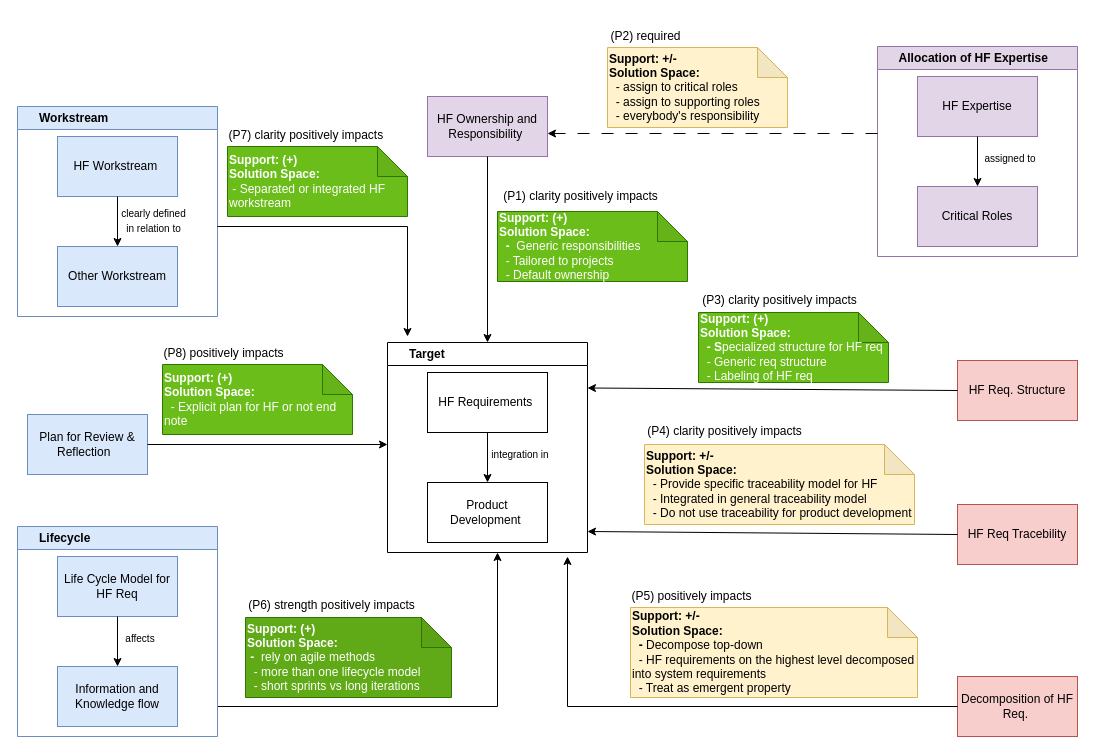
This is page "Page-1" (2 of 5) of HF Strategy.drawio from amnapir/Figures, a draw.io file, before an edit. Source tidied: cells renumbered, new cells numbered last; positions are measured from the earlier drawing's top-left corner, leaving out a move shared by most shapes. Both pictures are drawn from the tidied source at 100%, with x=0, y=0 at pixel (17, 17).
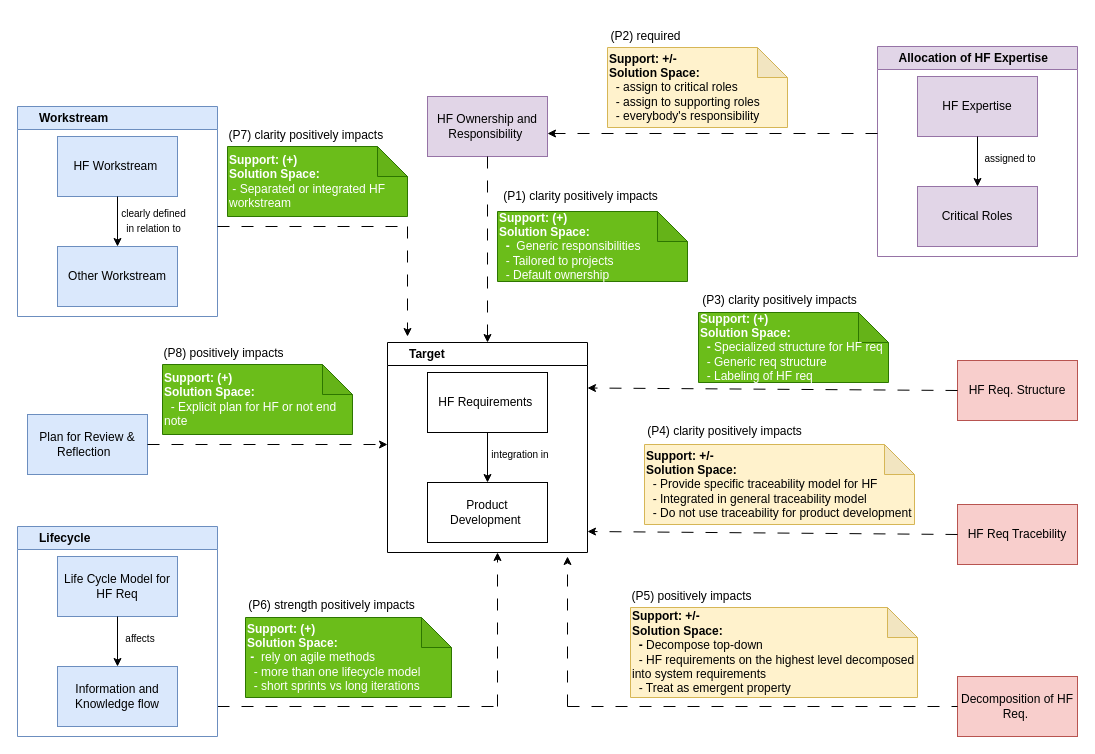
After the change.

The change refers to these unchanged cells:
```xml
<mxCell id="4" value="Plan for Review &amp;amp; Reflection &amp;nbsp;" style="rounded=0;whiteSpace=wrap;html=1;fillColor=#dae8fc;strokeColor=#6c8ebf;" parent="1" vertex="1">
  <mxGeometry x="10" y="397" width="120" height="60" as="geometry" />
</mxCell>
<mxCell id="12" value="Decomposition of HF Req.&amp;nbsp;" style="rounded=0;whiteSpace=wrap;html=1;fillColor=#f8cecc;strokeColor=#b85450;" parent="1" vertex="1">
  <mxGeometry x="940" y="659" width="120" height="60" as="geometry" />
</mxCell>
<mxCell id="13" value="&amp;nbsp; &amp;nbsp; &amp;nbsp; Target&amp;nbsp;" style="swimlane;whiteSpace=wrap;html=1;align=left;" parent="1" vertex="1">
  <mxGeometry x="370" y="325" width="200" height="210" as="geometry" />
</mxCell>
<mxCell id="18" value="HF Req. Structure" style="rounded=0;whiteSpace=wrap;html=1;fillColor=#f8cecc;strokeColor=#b85450;" parent="1" vertex="1">
  <mxGeometry x="940" y="343" width="120" height="60" as="geometry" />
</mxCell>
<mxCell id="20" value="HF Req Tracebility" style="rounded=0;whiteSpace=wrap;html=1;fillColor=#f8cecc;strokeColor=#b85450;" parent="1" vertex="1">
  <mxGeometry x="940" y="487" width="120" height="60" as="geometry" />
</mxCell>
<mxCell id="38" style="group;" parent="1" vertex="1">
  <mxGeometry x="228" y="570" width="206" height="110" as="geometry" />
</mxCell>
<mxCell id="47" style="group;" parent="1" vertex="1">
  <mxGeometry x="680" y="264" width="191" height="101" as="geometry" />
</mxCell>
```

The edit, as a diff of the source:
```diff
@@
-    <mxCell id="3" style="endArrow=classic;html=1;rounded=0;" parent="1" edge="1">
+    <mxCell id="3" style="endArrow=classic;html=1;rounded=0;dashed=1;dashPattern=12 12;" parent="1" edge="1">
       <mxGeometry relative="1" as="geometry">
         <mxPoint x="480" y="689" as="sourcePoint" />
         <mxPoint x="480" y="535" as="targetPoint" />
       </mxGeometry>
     </mxCell>
@@
-    <mxCell id="5" style="endArrow=classic;html=1;rounded=0;exitX=1;exitY=0.5;exitDx=0;exitDy=0;" parent="1" edge="1" source="4">
+    <mxCell id="5" style="endArrow=classic;html=1;rounded=0;exitX=1;exitY=0.5;exitDx=0;exitDy=0;dashed=1;dashPattern=12 12;" parent="1" edge="1" source="4">
       <mxGeometry relative="1" as="geometry">
         <mxPoint x="370" y="427" as="targetPoint" />
       </mxGeometry>
     </mxCell>
-    <mxCell id="6" style="endArrow=classic;html=1;rounded=0;" parent="1" edge="1">
+    <mxCell id="6" style="endArrow=classic;html=1;rounded=0;dashed=1;dashPattern=12 12;" parent="1" edge="1">
       <mxGeometry relative="1" as="geometry">
         <mxPoint x="390" y="209" as="sourcePoint" />
         <mxPoint x="390" y="319" as="targetPoint" />
       </mxGeometry>
     </mxCell>
@@
-    <mxCell id="19" style="endArrow=classic;html=1;rounded=0;exitX=0;exitY=0.5;exitDx=0;exitDy=0;entryX=1;entryY=0.25;entryDx=0;entryDy=0;" parent="1" edge="1" source="18">
+    <mxCell id="19" style="endArrow=classic;html=1;rounded=0;exitX=0;exitY=0.5;exitDx=0;exitDy=0;entryX=1;entryY=0.25;entryDx=0;entryDy=0;dashed=1;dashPattern=12 12;" parent="1" edge="1" source="18">
       <mxGeometry relative="1" as="geometry">
         <mxPoint x="570" y="370.5" as="targetPoint" />
       </mxGeometry>
     </mxCell>
@@
-    <mxCell id="21" style="endArrow=classic;html=1;rounded=0;exitX=0;exitY=0.5;exitDx=0;exitDy=0;entryX=1;entryY=0.25;entryDx=0;entryDy=0;" parent="1" edge="1" source="20">
+    <mxCell id="21" style="endArrow=classic;html=1;rounded=0;exitX=0;exitY=0.5;exitDx=0;exitDy=0;entryX=1;entryY=0.25;entryDx=0;entryDy=0;dashed=1;dashPattern=12 12;" parent="1" edge="1" source="20">
       <mxGeometry relative="1" as="geometry">
         <mxPoint x="570" y="514" as="targetPoint" />
       </mxGeometry>
     </mxCell>
-    <mxCell id="22" style="endArrow=classic;html=1;rounded=0;" parent="1" edge="1">
+    <mxCell id="22" style="endArrow=classic;html=1;rounded=0;dashed=1;dashPattern=12 12;" parent="1" edge="1">
       <mxGeometry relative="1" as="geometry">
         <mxPoint x="550" y="689" as="sourcePoint" />
         <mxPoint x="550" y="539" as="targetPoint" />
       </mxGeometry>
     </mxCell>
@@
-    <mxCell id="29" style="endArrow=classic;html=1;rounded=0;entryX=0.5;entryY=0;entryDx=0;entryDy=0;" parent="1" edge="1" target="13">
+    <mxCell id="29" style="endArrow=classic;html=1;rounded=0;entryX=0.5;entryY=0;entryDx=0;entryDy=0;dashed=1;dashPattern=12 12;" parent="1" edge="1" target="13">
       <mxGeometry relative="1" as="geometry">
         <mxPoint x="470" y="139" as="sourcePoint" />
       </mxGeometry>
     </mxCell>
-    <mxCell id="30" style="endArrow=none;html=1;rounded=0;" parent="1" edge="1">
+    <mxCell id="30" style="endArrow=none;html=1;rounded=0;dashed=1;dashPattern=12 12;" parent="1" edge="1">
       <mxGeometry relative="1" as="geometry">
         <mxPoint x="200" y="209" as="sourcePoint" />
         <mxPoint x="390" y="209" as="targetPoint" />
       </mxGeometry>
     </mxCell>
-    <mxCell id="31" style="endArrow=none;html=1;rounded=0;entryX=0;entryY=0.5;entryDx=0;entryDy=0;" parent="1" edge="1" target="12">
+    <mxCell id="31" style="endArrow=none;html=1;rounded=0;entryX=0;entryY=0.5;entryDx=0;entryDy=0;dashed=1;dashPattern=12 12;" parent="1" edge="1" target="12">
       <mxGeometry relative="1" as="geometry">
         <mxPoint x="550" y="689" as="sourcePoint" />
       </mxGeometry>
     </mxCell>
@@
-    <mxCell id="39" value="&lt;b style=&quot;border-color: var(--border-color); caret-color: rgb(255, 255, 255);&quot;&gt;Support: (+)&lt;br style=&quot;border-color: var(--border-color);&quot;&gt;Solution Space:&lt;br style=&quot;border-color: var(--border-color);&quot;&gt;&amp;nbsp;-&amp;nbsp;&lt;/b&gt;&amp;nbsp;rely on agile methods&lt;div style=&quot;border-color: var(--border-color); caret-color: rgb(255, 255, 255);&quot;&gt;&amp;nbsp; - more than one lifecycle model&lt;/div&gt;&lt;div style=&quot;border-color: var(--border-color); caret-color: rgb(255, 255, 255);&quot;&gt;&amp;nbsp; - short sprints vs long iterations&lt;/div&gt;" style="shape=note;whiteSpace=wrap;html=1;backgroundOutline=1;darkOpacity=0.05;size=30;align=left;fillColor=#60a917;strokeColor=#2D7600;fontColor=#ffffff;" parent="38" vertex="1">
+    <mxCell id="39" value="&lt;b style=&quot;border-color: var(--border-color); caret-color: rgb(255, 255, 255);&quot;&gt;Support: (+)&lt;br style=&quot;border-color: var(--border-color);&quot;&gt;Solution Space:&lt;br style=&quot;border-color: var(--border-color);&quot;&gt;&amp;nbsp;-&amp;nbsp;&lt;/b&gt;&amp;nbsp;rely on agile methods&lt;div style=&quot;border-color: var(--border-color); caret-color: rgb(255, 255, 255);&quot;&gt;&amp;nbsp; - more than one lifecycle model&lt;/div&gt;&lt;div style=&quot;border-color: var(--border-color); caret-color: rgb(255, 255, 255);&quot;&gt;&amp;nbsp; - short sprints vs long iterations&lt;/div&gt;" style="shape=note;whiteSpace=wrap;html=1;backgroundOutline=1;darkOpacity=0.05;size=30;align=left;fillColor=#6BBD1A;strokeColor=#2D7600;fontColor=#ffffff;" parent="38" vertex="1">
       <mxGeometry y="30" width="206" height="80" as="geometry" />
     </mxCell>
@@
-    <mxCell id="48" value="&lt;b&gt;Support: (+)&lt;br&gt;Solution Space:&lt;br&gt;&amp;nbsp; - S&lt;/b&gt;pecialized structure for HF req&lt;div&gt;&amp;nbsp; - Generic req structure&lt;/div&gt;&lt;div&gt;&amp;nbsp; - Labeling of HF req&lt;/div&gt;" style="shape=note;whiteSpace=wrap;html=1;backgroundOutline=1;darkOpacity=0.05;size=30;align=left;fillColor=#6BBD1A;strokeColor=#2D7600;fontColor=#ffffff;" parent="47" vertex="1">
+    <mxCell id="48" value="&lt;b&gt;Support: (+)&lt;/b&gt;&lt;br&gt;&lt;b&gt;Solution Space:&lt;/b&gt;&lt;br&gt;&lt;b&gt;&amp;nbsp; - &lt;/b&gt;Specialized structure for HF req&lt;div&gt;&amp;nbsp; - Generic req structure&lt;/div&gt;&lt;div&gt;&amp;nbsp; - Labeling of HF req&lt;/div&gt;" style="shape=note;whiteSpace=wrap;html=1;backgroundOutline=1;darkOpacity=0.05;size=30;align=left;fillColor=#6BBD1A;strokeColor=#2D7600;fontColor=#ffffff;" parent="47" vertex="1">
       <mxGeometry x="1" y="31" width="190" height="70" as="geometry" />
     </mxCell>
@@
-    <mxCell id="56" style="endArrow=none;html=1;rounded=0;" parent="1" edge="1">
+    <mxCell id="56" style="endArrow=none;html=1;rounded=0;dashed=1;dashPattern=12 12;" parent="1" edge="1">
       <mxGeometry relative="1" as="geometry">
         <mxPoint x="200" y="689" as="sourcePoint" />
         <mxPoint x="480" y="689" as="targetPoint" />
       </mxGeometry>
     </mxCell>
```
